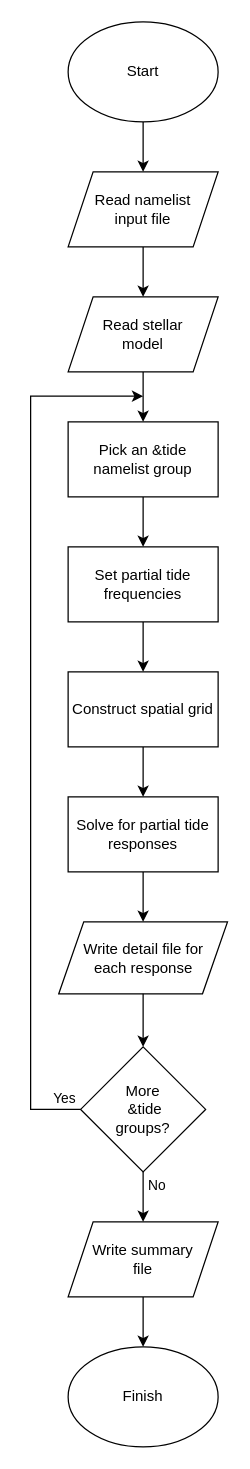
Before: doc/source/user-guide/frontends/gyre_tides-flow.drawio in rhdtownsend/gyre, a draw.io diagram. Source tidied: cells renumbered, new cells numbered last; positions are measured from the earlier drawing's top-left corner, leaving out a move shared by most shapes. Both pictures are drawn from the tidied source at 125%, with x=0, y=0 at pixel (30, 21).
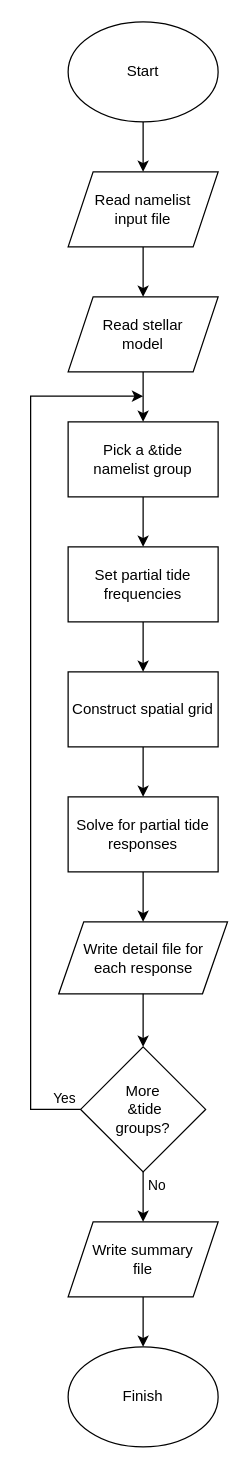
The same diagram, later.

The edit, as a diff of the source:
```diff
@@
-    <mxCell id="6" value="Pick an &amp;amp;tide namelist group" style="rounded=0;whiteSpace=wrap;html=1;" parent="1" vertex="1">
+    <mxCell id="6" value="Pick a &amp;amp;tide &lt;br&gt;namelist group" style="rounded=0;whiteSpace=wrap;html=1;" parent="1" vertex="1">
       <mxGeometry x="30" y="320" width="120" height="60" as="geometry" />
     </mxCell>
```
